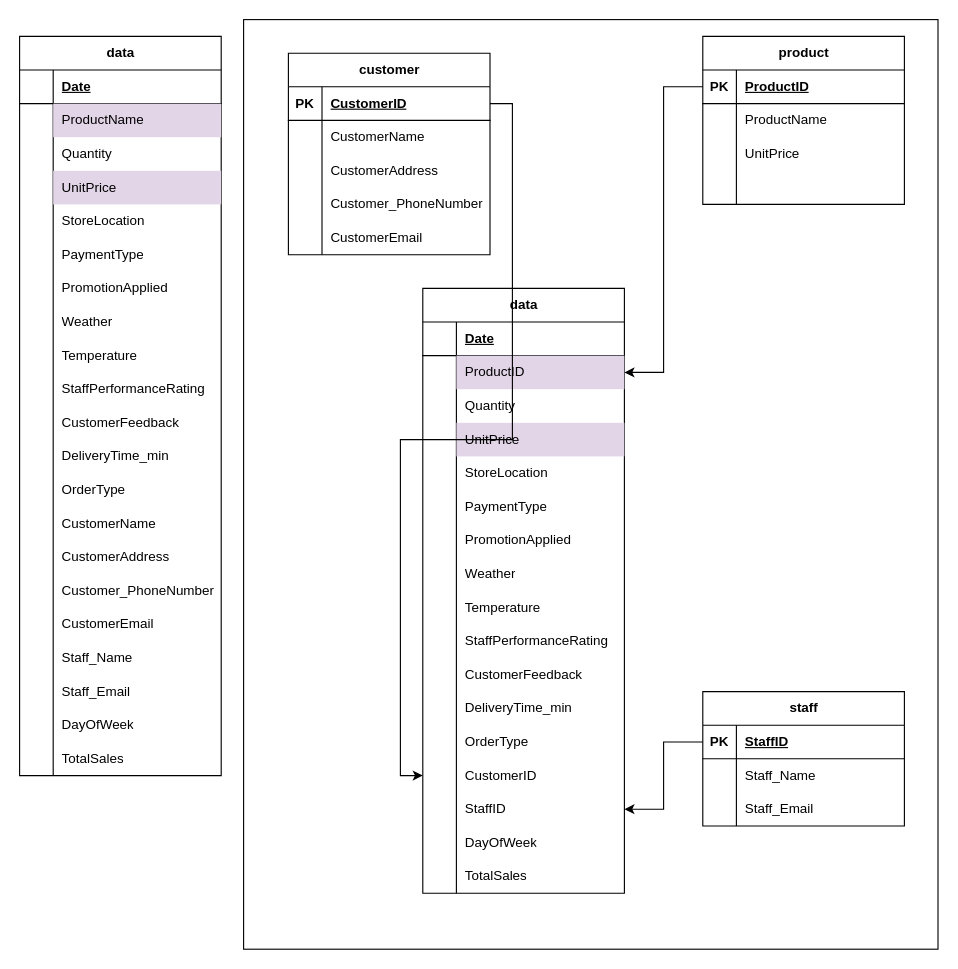
kunlay1/zicoFoodProjectwithAiflow keeps this draw.io diagram as page "Page-1" (1 of 2) of ZICOFOOD.drawio. Above is the earlier version. Source tidied: cells renumbered, new cells numbered last; positions are measured from the earlier drawing's top-left corner, leaving out a move shared by most shapes. Both pictures are drawn from the tidied source at 112%, with x=0, y=0 at pixel (19, 19).
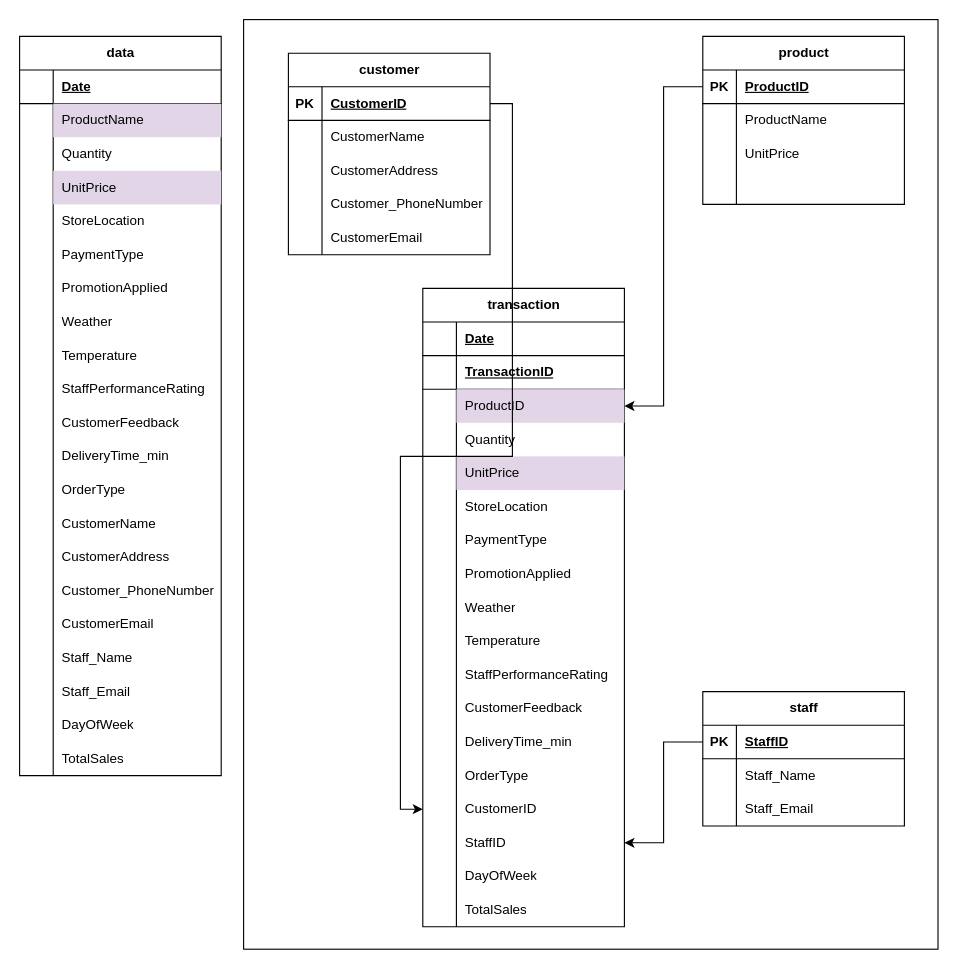
The same diagram, later.

Diff of the diagram source:
```diff
@@
-    <mxCell id="106" value="data" style="shape=table;startSize=30;childLayout=tableLayout;rowLines=0;fontStyle=1;align=center;html=1;" parent="1" vertex="1">
-      <mxGeometry x="360" y="240" width="180" height="540" as="geometry" />
+    <mxCell id="106" value="transaction" style="shape=table;startSize=30;childLayout=tableLayout;rowLines=0;fontStyle=1;align=center;html=1;" parent="1" vertex="1">
+      <mxGeometry x="360" y="240" width="180" height="570" as="geometry" />
     </mxCell>
+    <mxCell id="161" style="shape=tableRow;horizontal=0;startSize=0;swimlaneHead=0;swimlaneBody=0;fillColor=none;top=0;left=0;right=0;bottom=1;" parent="106" vertex="1">
+      <mxGeometry y="30" width="180" height="30" as="geometry" />
+    </mxCell>
+    <mxCell id="162" style="shape=partialRectangle;fillColor=none;top=0;left=0;bottom=0;right=0;fontStyle=1;overflow=hidden;whiteSpace=wrap;html=1;" parent="161" vertex="1">
+      <mxGeometry width="30" height="30" as="geometry" />
+    </mxCell>
+    <mxCell id="163" value="Date" style="shape=partialRectangle;fillColor=none;top=0;left=0;bottom=0;right=0;align=left;spacingLeft=6;fontStyle=5;overflow=hidden;whiteSpace=wrap;html=1;" parent="161" vertex="1">
+      <mxGeometry x="30" width="150" height="30" as="geometry" />
+    </mxCell>
     <mxCell id="107" style="shape=tableRow;horizontal=0;startSize=0;swimlaneHead=0;swimlaneBody=0;fillColor=none;top=0;left=0;right=0;bottom=1;" parent="106" vertex="1">
-      <mxGeometry y="30" width="180" height="30" as="geometry" />
+      <mxGeometry y="60" width="180" height="30" as="geometry" />
     </mxCell>
@@
-    <mxCell id="109" value="Date" style="shape=partialRectangle;fillColor=none;top=0;left=0;bottom=0;right=0;align=left;spacingLeft=6;fontStyle=5;overflow=hidden;whiteSpace=wrap;html=1;" parent="107" vertex="1">
+    <mxCell id="109" value="TransactionID" style="shape=partialRectangle;fillColor=none;top=0;left=0;bottom=0;right=0;align=left;spacingLeft=6;fontStyle=5;overflow=hidden;whiteSpace=wrap;html=1;" parent="107" vertex="1">
       <mxGeometry x="30" width="150" height="30" as="geometry" />
     </mxCell>
     <mxCell id="110" style="shape=tableRow;horizontal=0;startSize=0;swimlaneHead=0;swimlaneBody=0;fillColor=none;points=[[0,0.5],[1,0.5]];portConstraint=eastwest;top=0;left=0;right=0;bottom=0;" parent="106" vertex="1">
-      <mxGeometry y="60" width="180" height="30" as="geometry" />
+      <mxGeometry y="90" width="180" height="30" as="geometry" />
     </mxCell>
@@
     <mxCell id="113" style="shape=tableRow;horizontal=0;startSize=0;swimlaneHead=0;swimlaneBody=0;fillColor=none;top=0;left=0;right=0;bottom=0;" parent="106" vertex="1">
-      <mxGeometry y="90" width="180" height="30" as="geometry" />
+      <mxGeometry y="120" width="180" height="30" as="geometry" />
     </mxCell>
@@
     <mxCell id="116" style="shape=tableRow;horizontal=0;startSize=0;swimlaneHead=0;swimlaneBody=0;fillColor=none;top=0;left=0;right=0;bottom=0;" parent="106" vertex="1">
-      <mxGeometry y="120" width="180" height="30" as="geometry" />
+      <mxGeometry y="150" width="180" height="30" as="geometry" />
     </mxCell>
@@
     <mxCell id="119" style="shape=tableRow;horizontal=0;startSize=0;swimlaneHead=0;swimlaneBody=0;fillColor=none;top=0;left=0;right=0;bottom=0;" parent="106" vertex="1">
-      <mxGeometry y="150" width="180" height="30" as="geometry" />
+      <mxGeometry y="180" width="180" height="30" as="geometry" />
     </mxCell>
@@
     <mxCell id="122" style="shape=tableRow;horizontal=0;startSize=0;swimlaneHead=0;swimlaneBody=0;fillColor=none;top=0;left=0;right=0;bottom=0;" parent="106" vertex="1">
-      <mxGeometry y="180" width="180" height="30" as="geometry" />
+      <mxGeometry y="210" width="180" height="30" as="geometry" />
     </mxCell>
@@
     <mxCell id="125" style="shape=tableRow;horizontal=0;startSize=0;swimlaneHead=0;swimlaneBody=0;fillColor=none;top=0;left=0;right=0;bottom=0;" parent="106" vertex="1">
-      <mxGeometry y="210" width="180" height="30" as="geometry" />
+      <mxGeometry y="240" width="180" height="30" as="geometry" />
     </mxCell>
@@
     <mxCell id="128" style="shape=tableRow;horizontal=0;startSize=0;swimlaneHead=0;swimlaneBody=0;fillColor=none;top=0;left=0;right=0;bottom=0;" parent="106" vertex="1">
-      <mxGeometry y="240" width="180" height="30" as="geometry" />
+      <mxGeometry y="270" width="180" height="30" as="geometry" />
     </mxCell>
@@
     <mxCell id="131" style="shape=tableRow;horizontal=0;startSize=0;swimlaneHead=0;swimlaneBody=0;fillColor=none;top=0;left=0;right=0;bottom=0;" parent="106" vertex="1">
-      <mxGeometry y="270" width="180" height="30" as="geometry" />
+      <mxGeometry y="300" width="180" height="30" as="geometry" />
     </mxCell>
@@
     <mxCell id="134" style="shape=tableRow;horizontal=0;startSize=0;swimlaneHead=0;swimlaneBody=0;fillColor=none;top=0;left=0;right=0;bottom=0;" parent="106" vertex="1">
-      <mxGeometry y="300" width="180" height="30" as="geometry" />
+      <mxGeometry y="330" width="180" height="30" as="geometry" />
     </mxCell>
@@
     <mxCell id="137" style="shape=tableRow;horizontal=0;startSize=0;swimlaneHead=0;swimlaneBody=0;fillColor=none;top=0;left=0;right=0;bottom=0;" parent="106" vertex="1">
-      <mxGeometry y="330" width="180" height="30" as="geometry" />
+      <mxGeometry y="360" width="180" height="30" as="geometry" />
     </mxCell>
@@
     <mxCell id="140" style="shape=tableRow;horizontal=0;startSize=0;swimlaneHead=0;swimlaneBody=0;fillColor=none;top=0;left=0;right=0;bottom=0;" parent="106" vertex="1">
-      <mxGeometry y="360" width="180" height="30" as="geometry" />
+      <mxGeometry y="390" width="180" height="30" as="geometry" />
     </mxCell>
@@
     <mxCell id="143" style="shape=tableRow;horizontal=0;startSize=0;swimlaneHead=0;swimlaneBody=0;fillColor=none;top=0;left=0;right=0;bottom=0;" parent="106" vertex="1">
-      <mxGeometry y="390" width="180" height="30" as="geometry" />
+      <mxGeometry y="420" width="180" height="30" as="geometry" />
     </mxCell>
@@
     <mxCell id="146" style="shape=tableRow;horizontal=0;startSize=0;swimlaneHead=0;swimlaneBody=0;fillColor=none;points=[[0,0.5],[1,0.5]];portConstraint=eastwest;top=0;left=0;right=0;bottom=0;" parent="106" vertex="1">
-      <mxGeometry y="420" width="180" height="30" as="geometry" />
+      <mxGeometry y="450" width="180" height="30" as="geometry" />
     </mxCell>
@@
     <mxCell id="149" style="shape=tableRow;horizontal=0;startSize=0;swimlaneHead=0;swimlaneBody=0;fillColor=none;points=[[0,0.5],[1,0.5]];portConstraint=eastwest;top=0;left=0;right=0;bottom=0;" parent="106" vertex="1">
-      <mxGeometry y="450" width="180" height="30" as="geometry" />
+      <mxGeometry y="480" width="180" height="30" as="geometry" />
     </mxCell>
@@
     <mxCell id="152" style="shape=tableRow;horizontal=0;startSize=0;swimlaneHead=0;swimlaneBody=0;fillColor=none;top=0;left=0;right=0;bottom=0;" parent="106" vertex="1">
-      <mxGeometry y="480" width="180" height="30" as="geometry" />
+      <mxGeometry y="510" width="180" height="30" as="geometry" />
     </mxCell>
@@
     <mxCell id="155" style="shape=tableRow;horizontal=0;startSize=0;swimlaneHead=0;swimlaneBody=0;fillColor=none;top=0;left=0;right=0;bottom=0;" parent="106" vertex="1">
-      <mxGeometry y="510" width="180" height="30" as="geometry" />
+      <mxGeometry y="540" width="180" height="30" as="geometry" />
     </mxCell>
```
